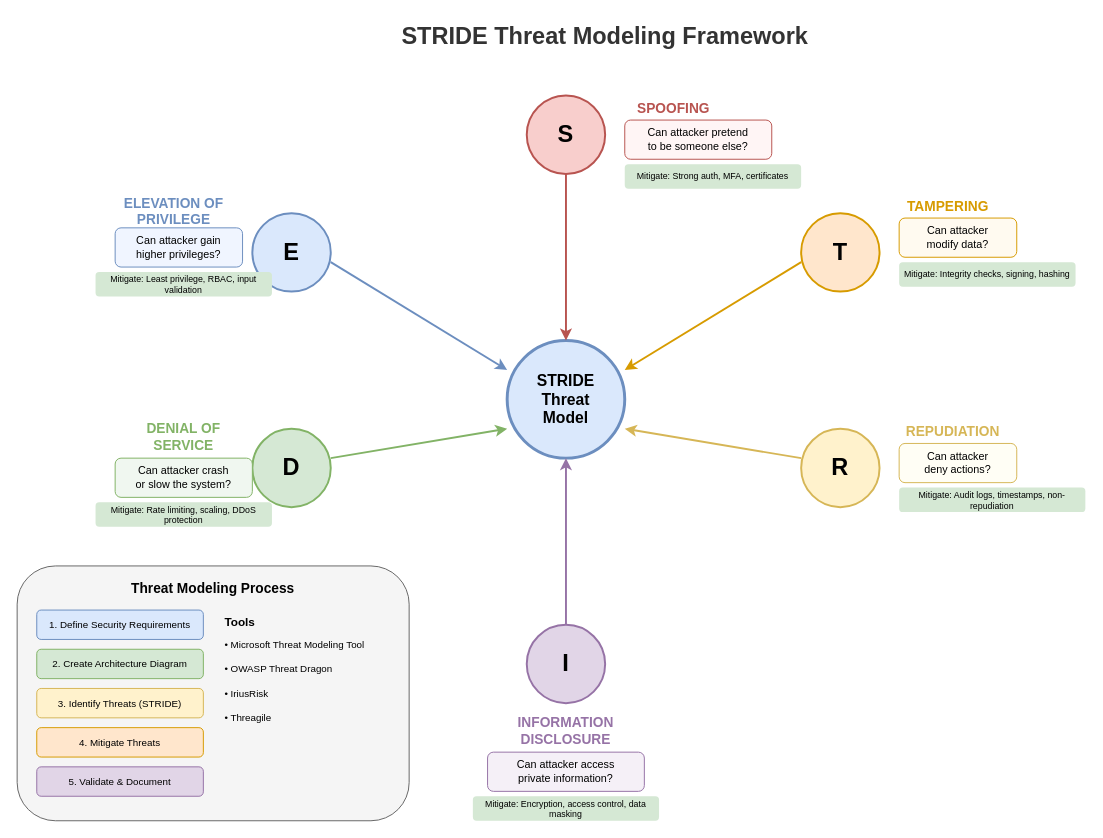
Earlier version of the draw.io diagram lesson-06-security/diagrams/1.2-stride-threat-model.drawio (MrParkerZ7/document-lesson-software-architect-x-claude). Source tidied: cells renumbered, new cells numbered last; positions are measured from the earlier drawing's top-left corner, leaving out a move shared by most shapes. Both pictures are drawn from the tidied source at 98%, with x=0, y=0 at pixel (17, 17).
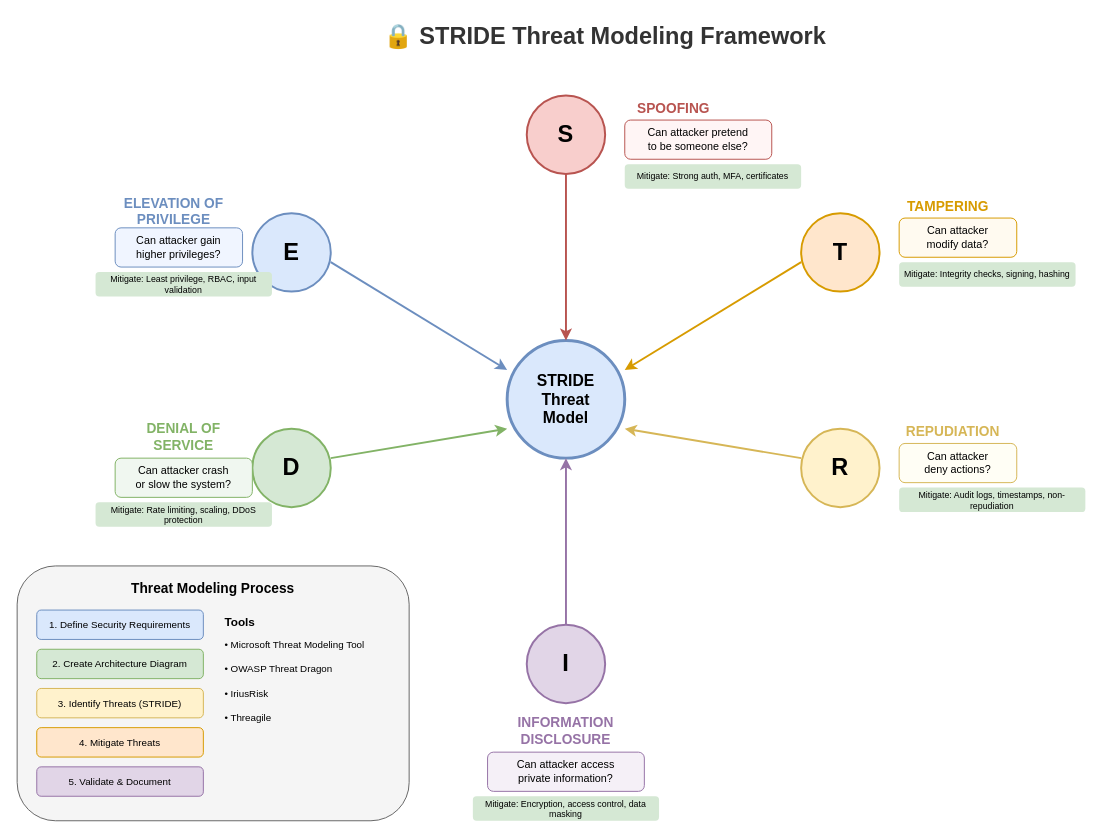
After the change.

The edit, as a diff of the source:
```diff
@@
-    <mxCell id="2" value="STRIDE Threat Modeling Framework" style="text;html=1;strokeColor=none;fillColor=none;align=center;verticalAlign=middle;whiteSpace=wrap;rounded=0;fontSize=24;fontStyle=1;fontColor=#333333;" parent="1" vertex="1">
+    <mxCell id="2" value="🔒 STRIDE Threat Modeling Framework" style="text;html=1;strokeColor=none;fillColor=none;align=center;verticalAlign=middle;whiteSpace=wrap;rounded=0;fontSize=24;fontStyle=1;fontColor=#333333;" parent="1" vertex="1">
       <mxGeometry x="300" width="600" height="40" as="geometry" />
     </mxCell>
```
